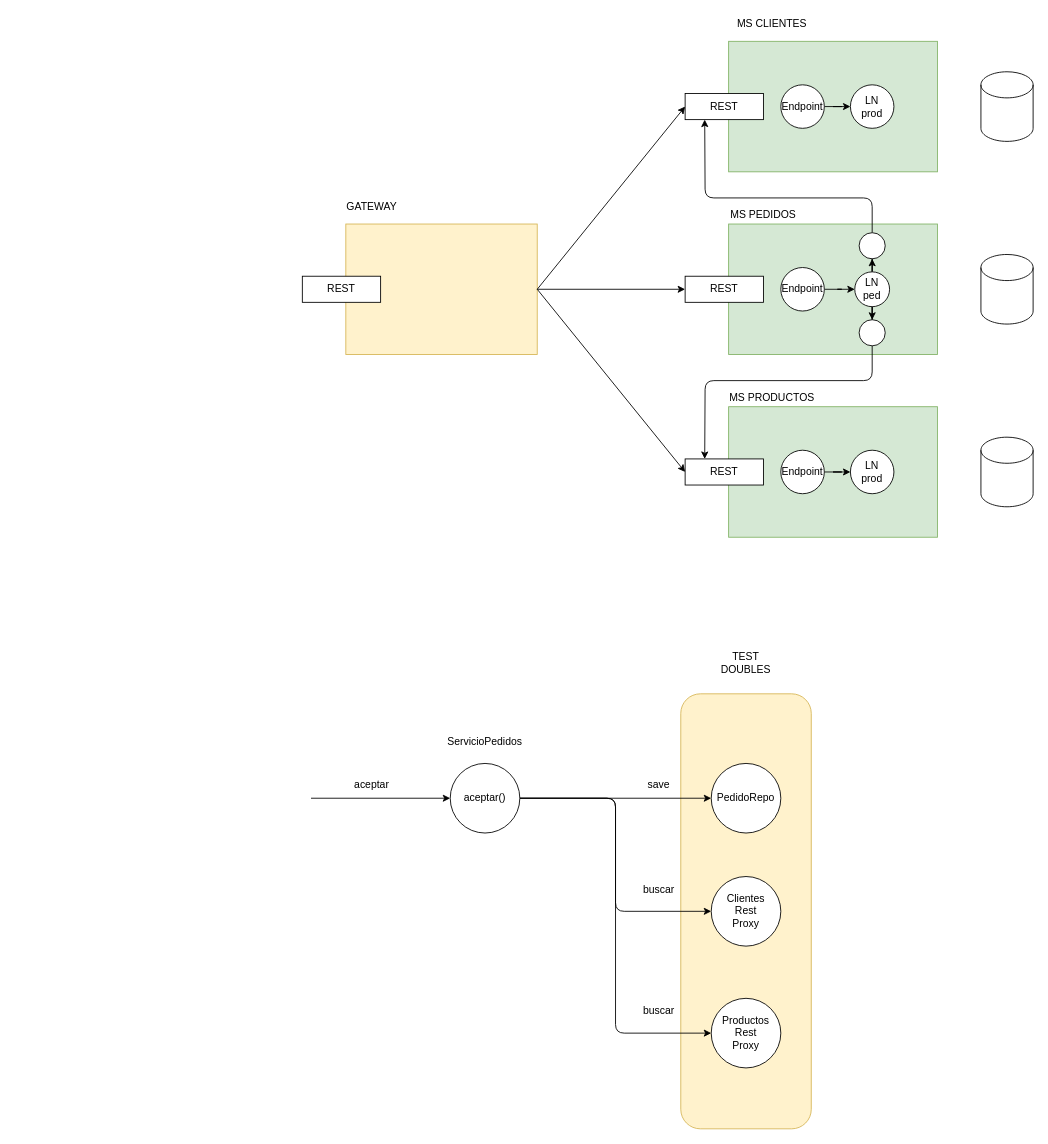
Above: page "Página-2" (9 of 12) of tdd.drawio in lrag/TDD (draw.io), before the change. Source tidied: cells renumbered, new cells numbered last; positions are measured from the earlier drawing's top-left corner, leaving out a move shared by most shapes. Both pictures are drawn from the tidied source at 87%, with x=0, y=0 at pixel (302, 15).
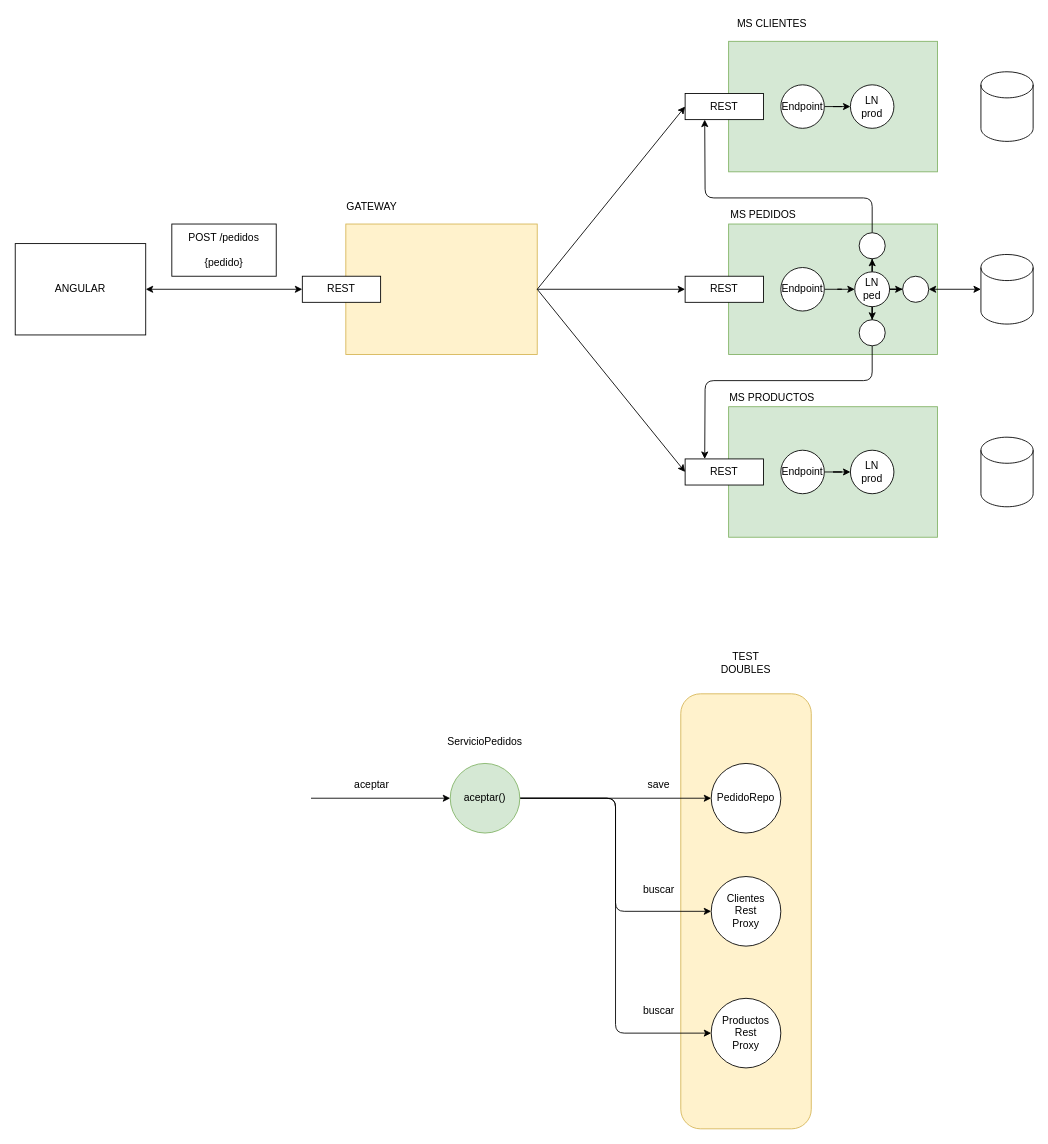
Above is the later version.

The change refers to these unchanged cells:
```xml
<mxCell id="18" value="LN&lt;br&gt;ped" style="ellipse;whiteSpace=wrap;html=1;fillColor=#ffffff;" parent="1" vertex="1">
  <mxGeometry x="635" y="295" width="40" height="40" as="geometry" />
</mxCell>
<mxCell id="24" value="REST" style="rounded=0;whiteSpace=wrap;html=1;" parent="1" vertex="1">
  <mxGeometry y="300" width="90" height="30" as="geometry" />
</mxCell>
<mxCell id="33" style="shape=cylinder3;whiteSpace=wrap;html=1;boundedLbl=1;backgroundOutline=1;size=15;fillColor=#ffffff;" parent="1" vertex="1">
  <mxGeometry x="780" y="275" width="60" height="80" as="geometry" />
</mxCell>
```

What changed in the source:
```diff
@@
+    <mxCell id="51" style="edgeStyle=orthogonalEdgeStyle;rounded=1;jettySize=auto;html=1;" parent="1" edge="1" source="18" target="55">
+      <mxGeometry relative="1" as="geometry" />
+    </mxCell>
@@
-    <mxCell id="38" value="aceptar()" style="ellipse;whiteSpace=wrap;html=1;" parent="1" vertex="1">
+    <mxCell id="38" value="aceptar()" style="ellipse;whiteSpace=wrap;html=1;fillColor=#d5e8d4;strokeColor=#82b366;" parent="1" vertex="1">
       <mxGeometry x="170" y="860" width="80" height="80" as="geometry" />
     </mxCell>
@@
+    <mxCell id="52" value="ANGULAR" style="rounded=0;whiteSpace=wrap;html=1;" parent="1" vertex="1">
+      <mxGeometry x="-330" y="262.5" width="150" height="105" as="geometry" />
+    </mxCell>
+    <mxCell id="53" style="endArrow=classic;startArrow=classic;html=1;rounded=0;entryX=0;entryY=0.5;entryDx=0;entryDy=0;exitX=1;exitY=0.5;exitDx=0;exitDy=0;" parent="1" edge="1" source="52" target="24">
+      <mxGeometry relative="1" as="geometry" />
+    </mxCell>
+    <mxCell id="54" value="POST /pedidos&lt;br&gt;&lt;br&gt;{pedido}" style="rounded=0;whiteSpace=wrap;html=1;" parent="1" vertex="1">
+      <mxGeometry x="-150" y="240" width="120" height="60" as="geometry" />
+    </mxCell>
+    <mxCell id="55" style="ellipse;whiteSpace=wrap;html=1;" parent="1" vertex="1">
+      <mxGeometry x="690" y="300" width="30" height="30" as="geometry" />
+    </mxCell>
+    <mxCell id="56" style="endArrow=classic;startArrow=classic;html=1;rounded=1;exitX=1;exitY=0.5;exitDx=0;exitDy=0;entryX=0;entryY=0.5;entryDx=0;entryDy=0;entryPerimeter=0;" parent="1" edge="1" source="55" target="33">
+      <mxGeometry relative="1" as="geometry" />
+    </mxCell>
```
